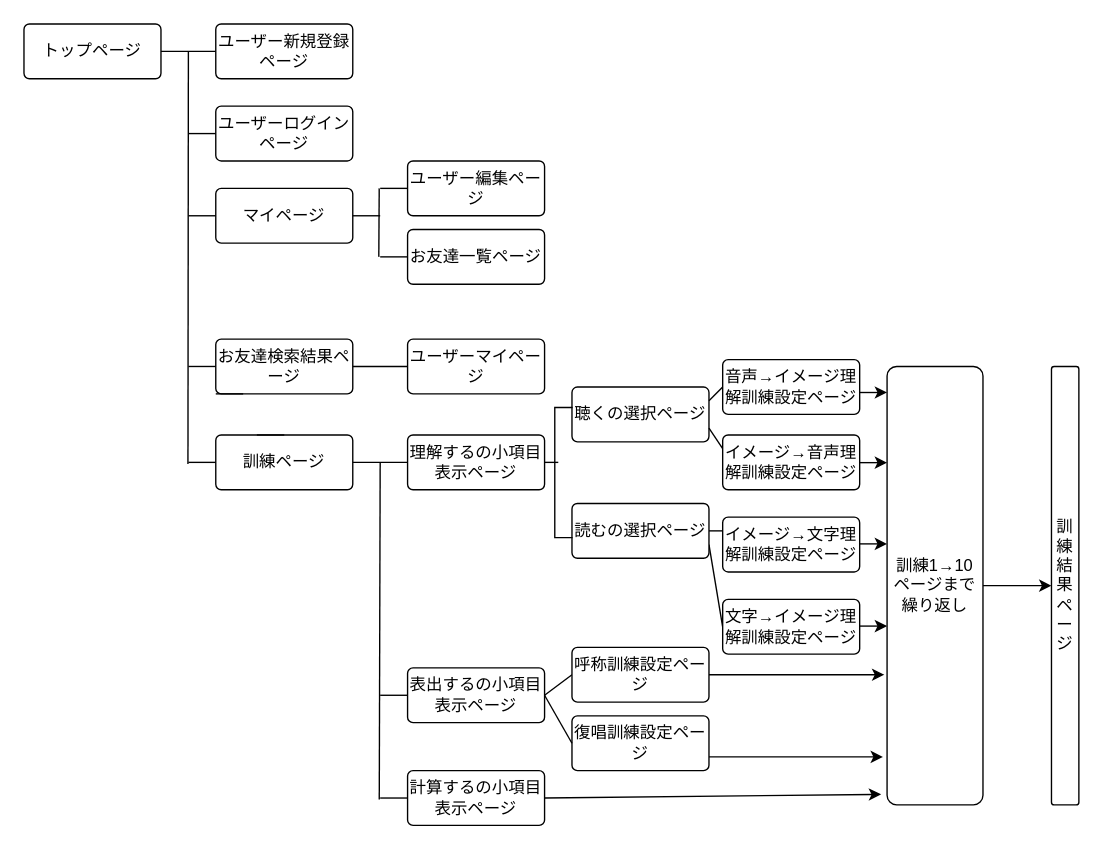
The draw.io diagram page_transition.dio in daicheez/kotopark, before the edit. Source tidied: cells renumbered, new cells numbered last; positions are measured from the earlier drawing's top-left corner, leaving out a move shared by most shapes. Both pictures are drawn from the tidied source at 137%, with x=0, y=0 at pixel (23, 23).
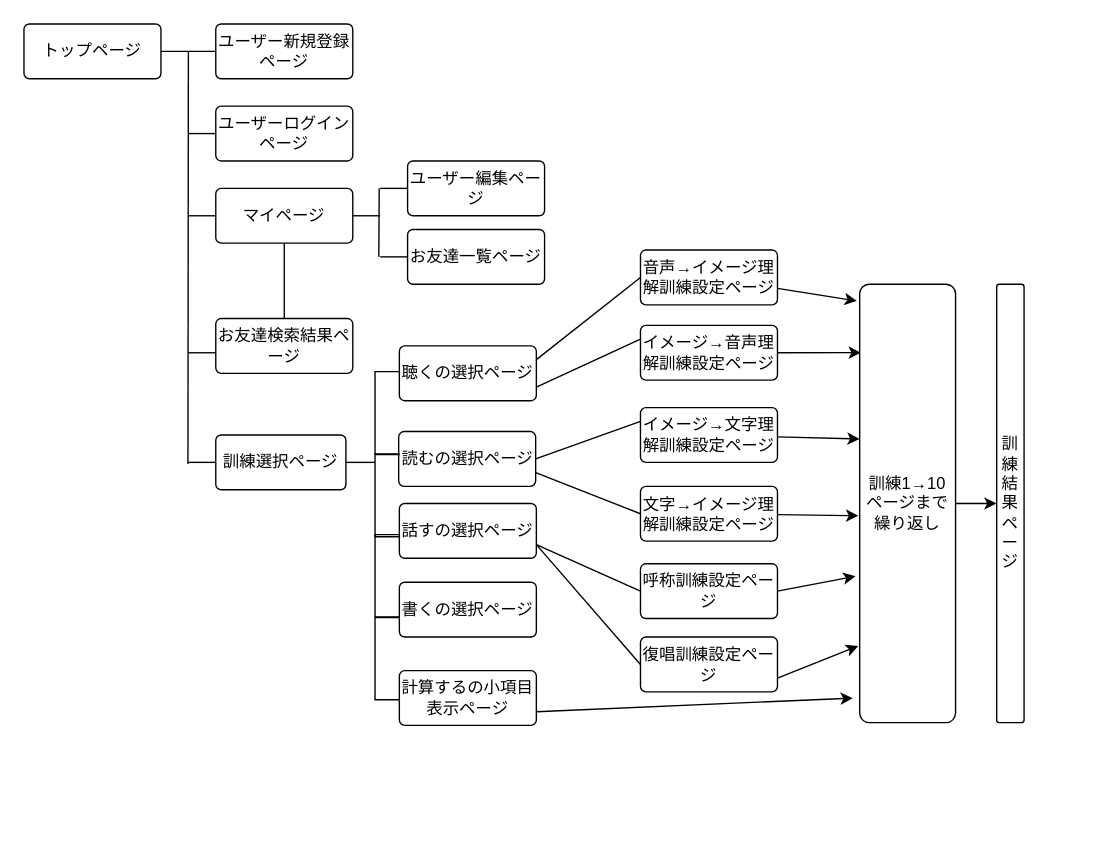
After the change.

Unchanged cells that the change refers to:
```xml
<mxCell id="5" value="マイページ" style="rounded=1;arcSize=10;whiteSpace=wrap;html=1;align=center;" parent="1" vertex="1">
  <mxGeometry x="140" y="120" width="100" height="40" as="geometry" />
</mxCell>
```

The edit, as a diff of the source:
```diff
@@
+    <mxCell id="57" style="edgeStyle=none;html=1;entryX=-0.014;entryY=0.528;entryDx=0;entryDy=0;entryPerimeter=0;endArrow=classic;endFill=1;" parent="1" edge="1" source="7" target="54">
+      <mxGeometry relative="1" as="geometry" />
+    </mxCell>
     <mxCell id="7" value="文字→イメージ理解訓練設定ページ" style="rounded=1;arcSize=10;whiteSpace=wrap;html=1;align=center;" parent="1" vertex="1">
-      <mxGeometry x="510" y="420" width="100" height="40" as="geometry" />
+      <mxGeometry x="450" y="337.5" width="100" height="40" as="geometry" />
     </mxCell>
-    <mxCell id="8" value="訓練ページ" style="rounded=1;arcSize=10;whiteSpace=wrap;html=1;align=center;" parent="1" vertex="1">
-      <mxGeometry x="140" y="300" width="100" height="40" as="geometry" />
-    </mxCell>
+    <mxCell id="58" style="html=1;endArrow=none;endFill=0;" parent="1" edge="1" source="9" target="5">
+      <mxGeometry relative="1" as="geometry" />
+    </mxCell>
     <mxCell id="9" value="お友達検索結果ページ" style="rounded=1;arcSize=10;whiteSpace=wrap;html=1;align=center;" parent="1" vertex="1">
-      <mxGeometry x="140" y="230" width="100" height="40" as="geometry" />
+      <mxGeometry x="140" y="215" width="100" height="40" as="geometry" />
     </mxCell>
@@
-    <mxCell id="11" style="edgeStyle=none;html=1;exitX=1;exitY=0.75;exitDx=0;exitDy=0;startArrow=none;startFill=0;endArrow=classic;endFill=1;" parent="1" edge="1" source="12">
-      <mxGeometry relative="1" as="geometry">
-        <mxPoint x="627" y="535" as="targetPoint" />
-      </mxGeometry>
+    <mxCell id="11" style="edgeStyle=none;html=1;exitX=1;exitY=0.75;exitDx=0;exitDy=0;startArrow=none;startFill=0;endArrow=classic;endFill=1;entryX=-0.014;entryY=0.825;entryDx=0;entryDy=0;entryPerimeter=0;" parent="1" edge="1" source="12" target="54">
+      <mxGeometry relative="1" as="geometry" />
     </mxCell>
     <mxCell id="12" value="復唱訓練設定ページ" style="rounded=1;arcSize=10;whiteSpace=wrap;html=1;align=center;" parent="1" vertex="1">
-      <mxGeometry x="400" y="505" width="100" height="40" as="geometry" />
+      <mxGeometry x="450" y="447.5" width="100" height="40" as="geometry" />
     </mxCell>
@@
-    <mxCell id="14" value="ユーザーマイページ" style="rounded=1;arcSize=10;whiteSpace=wrap;html=1;align=center;" parent="1" vertex="1">
-      <mxGeometry x="280" y="230" width="100" height="40" as="geometry" />
-    </mxCell>
@@
     <mxCell id="16" style="line;strokeWidth=1;dashed=0;labelPosition=right;align=left;verticalAlign=middle;spacingTop=0;spacingLeft=6;" parent="1" vertex="1">
-      <mxGeometry x="120" y="245" width="20" height="10" as="geometry" />
+      <mxGeometry x="120" y="235" width="20" height="10" as="geometry" />
     </mxCell>
@@
-    <mxCell id="20" style="line;strokeWidth=1;dashed=0;labelPosition=right;align=left;verticalAlign=middle;spacingTop=0;spacingLeft=6;" parent="1" vertex="1">
-      <mxGeometry x="140" y="265" width="20" height="10" as="geometry" />
-    </mxCell>
-    <mxCell id="21" style="line;strokeWidth=1;dashed=0;labelPosition=right;align=left;verticalAlign=middle;spacingTop=0;spacingLeft=6;" parent="1" vertex="1">
-      <mxGeometry x="240" y="315" width="40" height="10" as="geometry" />
-    </mxCell>
-    <mxCell id="22" style="line;strokeWidth=1;dashed=0;labelPosition=right;align=left;verticalAlign=middle;spacingTop=0;spacingLeft=6;" parent="1" vertex="1">
-      <mxGeometry x="240" y="245" width="40" height="10" as="geometry" />
-    </mxCell>
-    <mxCell id="23" style="line;strokeWidth=1;dashed=0;labelPosition=right;align=left;verticalAlign=middle;spacingTop=0;spacingLeft=6;" parent="1" vertex="1">
-      <mxGeometry x="170" y="295" width="20" height="10" as="geometry" />
-    </mxCell>
@@
-    <mxCell id="27" style="line;strokeWidth=1;dashed=0;labelPosition=right;align=left;verticalAlign=middle;spacingTop=0;spacingLeft=6;points=[];portConstraint=eastwest;" parent="1" vertex="1">
-      <mxGeometry x="260" y="560" width="20" height="10" as="geometry" />
-    </mxCell>
-    <mxCell id="28" style="line;strokeWidth=1;dashed=0;labelPosition=right;align=left;verticalAlign=middle;spacingTop=0;spacingLeft=6;" parent="1" vertex="1">
-      <mxGeometry x="260" y="485" width="20" height="10" as="geometry" />
-    </mxCell>
@@
-    <mxCell id="31" style="endArrow=none;html=1;exitX=-0.033;exitY=0.6;exitDx=0;exitDy=0;exitPerimeter=0;" parent="1" edge="1" source="27">
-      <mxGeometry relative="1" as="geometry">
-        <mxPoint x="260" y="320" as="targetPoint" />
-      </mxGeometry>
-    </mxCell>
@@
     <mxCell id="33" value="訓練結果ページ" style="rounded=1;arcSize=10;whiteSpace=wrap;html=1;align=center;" parent="1" vertex="1">
-      <mxGeometry x="750" y="250" width="20" height="320" as="geometry" />
+      <mxGeometry x="710" y="190" width="20" height="320" as="geometry" />
     </mxCell>
     <mxCell id="34" value="読むの選択ページ" style="rounded=1;arcSize=10;whiteSpace=wrap;html=1;align=center;" parent="1" vertex="1">
-      <mxGeometry x="400" y="350" width="100" height="40" as="geometry" />
+      <mxGeometry x="273.5" y="297.5" width="100" height="40" as="geometry" />
     </mxCell>
     <mxCell id="35" value="聴くの選択ページ" style="rounded=1;arcSize=10;whiteSpace=wrap;html=1;align=center;" parent="1" vertex="1">
-      <mxGeometry x="400" y="265" width="100" height="40" as="geometry" />
+      <mxGeometry x="274" y="235" width="100" height="40" as="geometry" />
     </mxCell>
-    <mxCell id="36" style="endArrow=classic;html=1;" parent="1" edge="1">
-      <mxGeometry relative="1" as="geometry">
-        <mxPoint x="610" y="379.5" as="sourcePoint" />
-        <mxPoint x="630" y="379.5" as="targetPoint" />
-      </mxGeometry>
-    </mxCell>
-    <mxCell id="37" style="endArrow=classic;html=1;" parent="1" edge="1">
-      <mxGeometry relative="1" as="geometry">
-        <mxPoint x="610" y="439.5" as="sourcePoint" />
-        <mxPoint x="630" y="439.5" as="targetPoint" />
-      </mxGeometry>
-    </mxCell>
-    <mxCell id="38" style="endArrow=classic;html=1;" parent="1" edge="1">
-      <mxGeometry relative="1" as="geometry">
-        <mxPoint x="610" y="320.2" as="sourcePoint" />
-        <mxPoint x="630" y="320.2" as="targetPoint" />
-      </mxGeometry>
-    </mxCell>
@@
+    <mxCell id="59" style="edgeStyle=none;html=1;entryX=-0.029;entryY=0.038;entryDx=0;entryDy=0;entryPerimeter=0;endArrow=classic;endFill=1;" parent="1" edge="1" source="40" target="54">
+      <mxGeometry relative="1" as="geometry" />
+    </mxCell>
     <mxCell id="40" value="音声→イメージ理解訓練設定ページ" style="rounded=1;arcSize=10;whiteSpace=wrap;html=1;align=center;" parent="1" vertex="1">
-      <mxGeometry x="510" y="245" width="100" height="40" as="geometry" />
+      <mxGeometry x="450" y="165" width="100" height="40" as="geometry" />
     </mxCell>
@@
+    <mxCell id="60" style="edgeStyle=none;html=1;entryX=0;entryY=0.353;entryDx=0;entryDy=0;entryPerimeter=0;endArrow=classic;endFill=1;" parent="1" edge="1" source="42" target="54">
+      <mxGeometry relative="1" as="geometry" />
+    </mxCell>
     <mxCell id="42" value="イメージ→文字理解訓練設定ページ" style="rounded=1;arcSize=10;whiteSpace=wrap;html=1;align=center;" parent="1" vertex="1">
-      <mxGeometry x="510" y="360" width="100" height="40" as="geometry" />
+      <mxGeometry x="450" y="280" width="100" height="40" as="geometry" />
     </mxCell>
-    <mxCell id="43" value="理解するの小項目表示ページ" style="rounded=1;arcSize=10;whiteSpace=wrap;html=1;align=center;" parent="1" vertex="1">
-      <mxGeometry x="280" y="300" width="100" height="40" as="geometry" />
-    </mxCell>
-    <mxCell id="44" style="edgeStyle=none;html=1;exitX=1;exitY=0.5;exitDx=0;exitDy=0;entryX=0;entryY=0.5;entryDx=0;entryDy=0;endArrow=none;endFill=0;" parent="1" edge="1" source="46" target="12">
-      <mxGeometry relative="1" as="geometry" />
-    </mxCell>
-    <mxCell id="45" style="edgeStyle=none;html=1;exitX=1;exitY=0.5;exitDx=0;exitDy=0;entryX=0;entryY=0.5;entryDx=0;entryDy=0;startArrow=none;startFill=0;endArrow=none;endFill=0;" parent="1" edge="1" source="46" target="56">
-      <mxGeometry relative="1" as="geometry" />
-    </mxCell>
-    <mxCell id="46" value="表出するの小項目表示ページ" style="rounded=1;arcSize=10;whiteSpace=wrap;html=1;align=center;" parent="1" vertex="1">
-      <mxGeometry x="280" y="470" width="100" height="40" as="geometry" />
-    </mxCell>
-    <mxCell id="47" style="edgeStyle=none;html=1;exitX=1;exitY=0.5;exitDx=0;exitDy=0;entryX=-0.062;entryY=0.976;entryDx=0;entryDy=0;entryPerimeter=0;startArrow=none;startFill=0;endArrow=classic;endFill=1;" parent="1" edge="1" source="48" target="54">
+    <mxCell id="47" style="edgeStyle=none;html=1;exitX=1;exitY=0.75;exitDx=0;exitDy=0;entryX=-0.071;entryY=0.944;entryDx=0;entryDy=0;entryPerimeter=0;startArrow=none;startFill=0;endArrow=classic;endFill=1;" parent="1" edge="1" source="48" target="54">
       <mxGeometry relative="1" as="geometry" />
     </mxCell>
     <mxCell id="48" value="計算するの小項目表示ページ" style="rounded=1;arcSize=10;whiteSpace=wrap;html=1;align=center;" parent="1" vertex="1">
-      <mxGeometry x="280" y="545" width="100" height="40" as="geometry" />
+      <mxGeometry x="274" y="472" width="100" height="40" as="geometry" />
     </mxCell>
     <mxCell id="49" style="shape=partialRectangle;whiteSpace=wrap;html=1;bottom=1;right=1;left=1;top=0;fillColor=none;routingCenterX=-0.5;rotation=90;" parent="1" vertex="1">
-      <mxGeometry x="346.2" y="321.2" width="95" height="12.5" as="geometry" />
+      <mxGeometry x="235" y="275" width="60" height="17.5" as="geometry" />
     </mxCell>
-    <mxCell id="50" style="endArrow=none;html=1;exitX=1;exitY=0.5;exitDx=0;exitDy=0;" parent="1" edge="1" source="43">
-      <mxGeometry relative="1" as="geometry">
-        <mxPoint x="390" y="320" as="targetPoint" />
-      </mxGeometry>
-    </mxCell>
@@
+    <mxCell id="61" style="edgeStyle=none;html=1;entryX=0.014;entryY=0.156;entryDx=0;entryDy=0;entryPerimeter=0;endArrow=classic;endFill=1;" parent="1" edge="1" source="52" target="54">
+      <mxGeometry relative="1" as="geometry" />
+    </mxCell>
     <mxCell id="52" value="イメージ→音声理解訓練設定ページ" style="rounded=1;arcSize=10;whiteSpace=wrap;html=1;align=center;" parent="1" vertex="1">
-      <mxGeometry x="510" y="300" width="100" height="40" as="geometry" />
+      <mxGeometry x="450" y="220" width="100" height="40" as="geometry" />
     </mxCell>
-    <mxCell id="53" style="endArrow=classic;html=1;" parent="1" edge="1">
-      <mxGeometry relative="1" as="geometry">
-        <mxPoint x="610" y="269" as="sourcePoint" />
-        <mxPoint x="630" y="269" as="targetPoint" />
-      </mxGeometry>
-    </mxCell>
     <mxCell id="54" value="訓練1→10ページまで繰り返し" style="rounded=1;arcSize=10;whiteSpace=wrap;html=1;align=center;" parent="1" vertex="1">
-      <mxGeometry x="630" y="250" width="70" height="320" as="geometry" />
+      <mxGeometry x="610" y="190" width="70" height="320" as="geometry" />
     </mxCell>
-    <mxCell id="55" style="edgeStyle=none;html=1;exitX=1;exitY=0.5;exitDx=0;exitDy=0;startArrow=none;startFill=0;endArrow=classic;endFill=1;" parent="1" edge="1" source="56">
-      <mxGeometry relative="1" as="geometry">
-        <mxPoint x="628" y="475" as="targetPoint" />
-      </mxGeometry>
+    <mxCell id="55" style="edgeStyle=none;html=1;exitX=1;exitY=0.5;exitDx=0;exitDy=0;startArrow=none;startFill=0;endArrow=classic;endFill=1;entryX=-0.043;entryY=0.666;entryDx=0;entryDy=0;entryPerimeter=0;" parent="1" edge="1" source="56" target="54">
+      <mxGeometry relative="1" as="geometry" />
     </mxCell>
     <mxCell id="56" value="呼称訓練設定ページ" style="rounded=1;arcSize=10;whiteSpace=wrap;html=1;align=center;" parent="1" vertex="1">
-      <mxGeometry x="400" y="455" width="100" height="40" as="geometry" />
+      <mxGeometry x="450" y="394" width="100" height="40" as="geometry" />
     </mxCell>
+    <mxCell id="62" style="shape=partialRectangle;whiteSpace=wrap;html=1;bottom=1;right=1;left=1;top=0;fillColor=none;routingCenterX=-0.5;rotation=90;" parent="1" vertex="1">
+      <mxGeometry x="235" y="335.5" width="60" height="17.5" as="geometry" />
+    </mxCell>
+    <mxCell id="63" style="edgeStyle=none;html=1;entryX=0;entryY=0.5;entryDx=0;entryDy=0;endArrow=none;endFill=0;exitX=1;exitY=0.75;exitDx=0;exitDy=0;" parent="1" edge="1" source="65" target="56">
+      <mxGeometry relative="1" as="geometry" />
+    </mxCell>
+    <mxCell id="64" style="edgeStyle=none;html=1;entryX=0;entryY=0.5;entryDx=0;entryDy=0;endArrow=none;endFill=0;exitX=1;exitY=0.75;exitDx=0;exitDy=0;" parent="1" edge="1" source="65" target="12">
+      <mxGeometry relative="1" as="geometry" />
+    </mxCell>
+    <mxCell id="65" value="話すの選択ページ" style="rounded=1;arcSize=10;whiteSpace=wrap;html=1;align=center;" parent="1" vertex="1">
+      <mxGeometry x="274" y="350" width="100" height="40" as="geometry" />
+    </mxCell>
+    <mxCell id="66" value="書くの選択ページ" style="rounded=1;arcSize=10;whiteSpace=wrap;html=1;align=center;" parent="1" vertex="1">
+      <mxGeometry x="274" y="407.5" width="100" height="40" as="geometry" />
+    </mxCell>
+    <mxCell id="67" style="shape=partialRectangle;whiteSpace=wrap;html=1;bottom=1;right=1;left=1;top=0;fillColor=none;routingCenterX=-0.5;rotation=90;" parent="1" vertex="1">
+      <mxGeometry x="235" y="394" width="60" height="17.5" as="geometry" />
+    </mxCell>
+    <mxCell id="68" style="edgeStyle=none;html=1;endArrow=none;endFill=0;entryX=0.096;entryY=1;entryDx=0;entryDy=0;entryPerimeter=0;" parent="1" edge="1" source="69" target="62">
+      <mxGeometry relative="1" as="geometry" />
+    </mxCell>
+    <mxCell id="69" value="訓練選択ページ" style="rounded=1;arcSize=10;whiteSpace=wrap;html=1;align=center;" parent="1" vertex="1">
+      <mxGeometry x="140" y="300" width="95" height="40" as="geometry" />
+    </mxCell>
+    <mxCell id="70" style="shape=partialRectangle;whiteSpace=wrap;html=1;bottom=1;right=1;left=1;top=0;fillColor=none;routingCenterX=-0.5;rotation=90;" parent="1" vertex="1">
+      <mxGeometry x="235" y="454.5" width="60" height="17.5" as="geometry" />
+    </mxCell>
```
